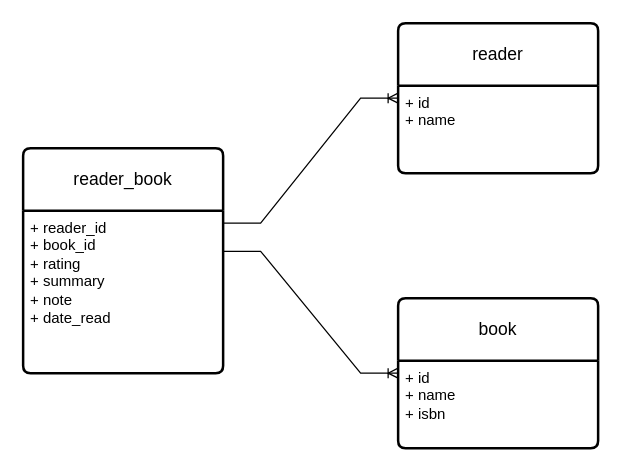
This is backend/book_notes/project_detail/database_structure.drawio from yogeshium/Angela_Yu_Projects, a draw.io file, before an edit. Source tidied: cells renumbered, new cells numbered last; positions are measured from the earlier drawing's top-left corner, leaving out a move shared by most shapes. Both pictures are drawn from the tidied source at 125%, with x=0, y=0 at pixel (22, 22).
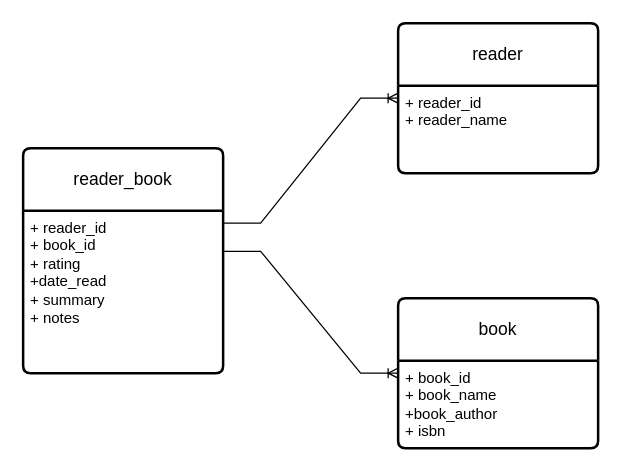
The same page after the edit.

Commit message (it also covers changes not shown here):
book_notes ka database_structure ko sahi kiya jo drawio mai banaya tha

What changed in the source:
```diff
@@
 <mxGraphModel>
   <root>
     <mxCell id="0" />
     <mxCell id="1" parent="0" />
     <mxCell id="2" value="book" style="swimlane;horizontal=1;startSize=50;rounded=1;fontSize=14;fontStyle=0;strokeWidth=2;shadow=0;dashed=0;align=center;arcSize=4;whiteSpace=wrap;html=1;" parent="1" vertex="1">
       <mxGeometry x="300" y="220" width="160" height="120" as="geometry" />
     </mxCell>
-    <mxCell id="3" value="+ id&lt;br&gt;+ name&lt;br&gt;+ isbn&amp;nbsp;" style="align=left;strokeColor=none;fillColor=none;spacingLeft=4;fontSize=12;verticalAlign=top;html=1;" parent="2" vertex="1">
+    <mxCell id="3" value="+ book_id&lt;br&gt;+ book_name&lt;br&gt;+book_author&lt;br&gt;+ isbn&amp;nbsp;" style="align=left;strokeColor=none;fillColor=none;spacingLeft=4;fontSize=12;verticalAlign=top;html=1;" parent="2" vertex="1">
       <mxGeometry y="50" width="160" height="70" as="geometry" />
     </mxCell>
     <mxCell id="4" value="reader" style="swimlane;horizontal=1;startSize=50;rounded=1;fontSize=14;fontStyle=0;strokeWidth=2;shadow=0;dashed=0;align=center;arcSize=4;whiteSpace=wrap;html=1;" parent="1" vertex="1">
       <mxGeometry x="300" width="160" height="120" as="geometry" />
     </mxCell>
-    <mxCell id="5" value="+ id&lt;br&gt;+ name" style="align=left;strokeColor=none;fillColor=none;spacingLeft=4;fontSize=12;verticalAlign=top;html=1;" parent="4" vertex="1">
+    <mxCell id="5" value="+ reader_id&lt;br&gt;+ reader_name" style="align=left;strokeColor=none;fillColor=none;spacingLeft=4;fontSize=12;verticalAlign=top;html=1;" parent="4" vertex="1">
       <mxGeometry y="50" width="160" height="70" as="geometry" />
     </mxCell>
     <mxCell id="6" value="reader_book" style="swimlane;horizontal=1;startSize=50;rounded=1;fontSize=14;fontStyle=0;strokeWidth=2;shadow=0;dashed=0;align=center;arcSize=4;whiteSpace=wrap;html=1;" parent="1" vertex="1">
       <mxGeometry y="100" width="160" height="180" as="geometry" />
     </mxCell>
-    <mxCell id="7" value="+ reader_id&lt;br&gt;+ book_id&lt;br&gt;+ rating&lt;br&gt;+ summary&lt;br&gt;+ note&lt;br&gt;+ date_read" style="align=left;strokeColor=none;fillColor=none;spacingLeft=4;fontSize=12;verticalAlign=top;html=1;" parent="6" vertex="1">
+    <mxCell id="7" value="+ reader_id&lt;br&gt;+ book_id&lt;br&gt;+ rating&lt;br&gt;+date_read&lt;br&gt;+ summary&lt;br&gt;+ notes" style="align=left;strokeColor=none;fillColor=none;spacingLeft=4;fontSize=12;verticalAlign=top;html=1;" parent="6" vertex="1">
       <mxGeometry y="50" width="160" height="130" as="geometry" />
     </mxCell>
     <mxCell id="8" style="edgeStyle=entityRelationEdgeStyle;fontSize=12;html=1;endArrow=ERoneToMany;rounded=0;entryX=0;entryY=0.5;entryDx=0;entryDy=0;" parent="1" edge="1" target="4">
       <mxGeometry relative="1" as="geometry">
         <mxPoint x="160" y="160" as="sourcePoint" />
       </mxGeometry>
     </mxCell>
     <mxCell id="9" style="edgeStyle=entityRelationEdgeStyle;fontSize=12;html=1;endArrow=ERoneToMany;rounded=0;exitX=1;exitY=0.25;exitDx=0;exitDy=0;entryX=0;entryY=0.5;entryDx=0;entryDy=0;" parent="1" edge="1" source="7" target="2">
       <mxGeometry relative="1" as="geometry" />
     </mxCell>
   </root>
 </mxGraphModel>
```
